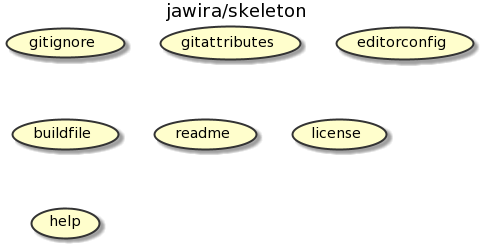
This is build.png from jawira/skeleton, a PlantUML export, as it was before one commit.
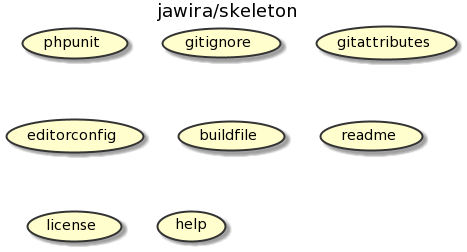
After the commit.

Commit message:
Update phing diagram when required

The edit, as a diff of the source:
```diff
@@ -7,6 +7,7 @@
 skinparam UseCaseBorderThickness 2
 skinparam UseCaseFontColor Black
 
+(phpunit)
 (gitignore)
 (gitattributes)
 (editorconfig)
```
